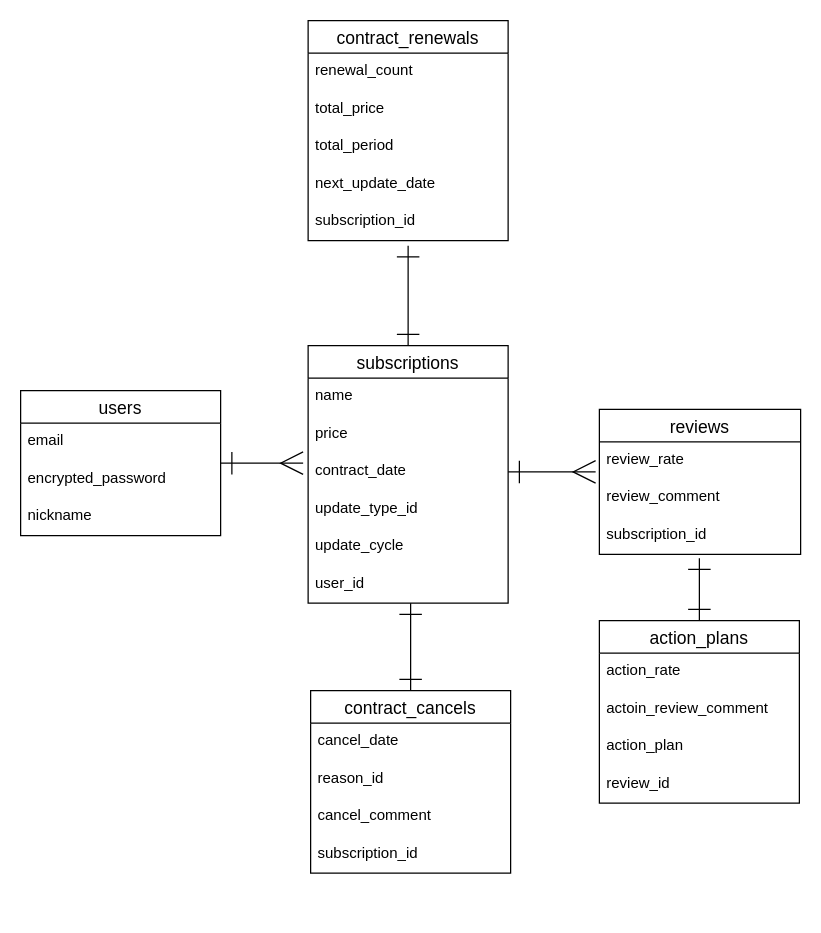
The draw.io diagram er_dia.dio in 28niwa2108/look-back, before the edit. Source tidied: cells renumbered, new cells numbered last; positions are measured from the earlier drawing's top-left corner, leaving out a move shared by most shapes. Both pictures are drawn from the tidied source at 125%, with x=0, y=0 at pixel (20, 20).
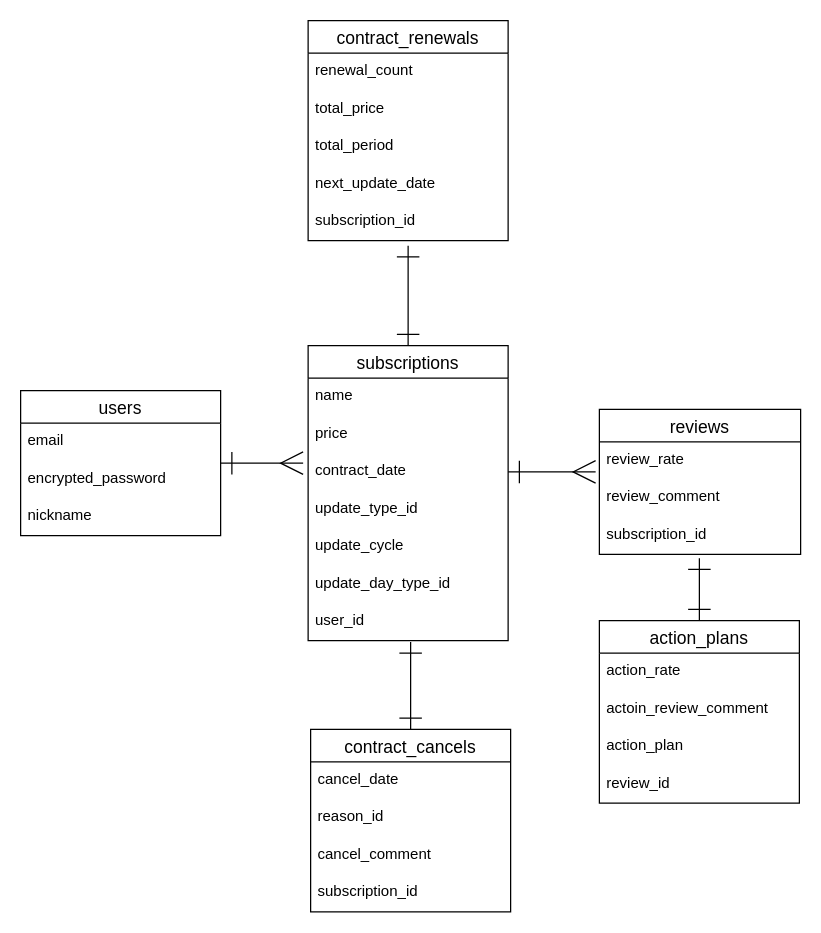
Above is the later version.

Change to the diagram source:
```diff
@@
     <mxCell id="8" value="subscriptions" style="swimlane;fontStyle=0;horizontal=1;startSize=26;align=center;fontSize=14;" parent="1" vertex="1">
-      <mxGeometry x="230" y="260" width="160" height="206" as="geometry" />
+      <mxGeometry x="230" y="260" width="160" height="236" as="geometry" />
     </mxCell>
@@
-    <mxCell id="14" value="user_id" style="text;strokeColor=none;fillColor=none;spacingLeft=4;spacingRight=4;overflow=hidden;fontSize=12;" parent="8" vertex="1">
+    <mxCell id="14" value="update_day_type_id" style="text;strokeColor=none;fillColor=none;spacingLeft=4;spacingRight=4;overflow=hidden;fontSize=12;" parent="8" vertex="1">
       <mxGeometry y="176" width="160" height="30" as="geometry" />
     </mxCell>
+    <mxCell id="38" value="user_id" style="text;strokeColor=none;fillColor=none;spacingLeft=4;spacingRight=4;overflow=hidden;fontSize=12;" parent="8" vertex="1">
+      <mxGeometry y="206" width="160" height="30" as="geometry" />
+    </mxCell>
@@
     <mxCell id="21" style="edgeStyle=orthogonalEdgeStyle;rounded=0;jettySize=auto;html=1;exitX=0.5;exitY=0;exitDx=0;exitDy=0;startArrow=ERone;startFill=0;endArrow=ERone;endFill=0;strokeWidth=1;endSize=16;startSize=16;" parent="1" edge="1" source="22">
       <mxGeometry relative="1" as="geometry">
-        <mxPoint x="312" y="466" as="targetPoint" />
+        <mxPoint x="312" y="497" as="targetPoint" />
       </mxGeometry>
     </mxCell>
     <mxCell id="22" value="contract_cancels" style="swimlane;fontStyle=0;horizontal=1;startSize=26;align=center;fontSize=14;" parent="1" vertex="1">
-      <mxGeometry x="232" y="536" width="160" height="146" as="geometry" />
+      <mxGeometry x="232" y="567" width="160" height="146" as="geometry" />
     </mxCell>
```
